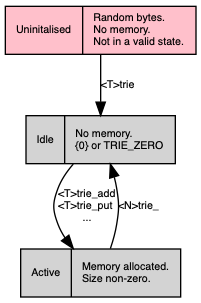
This is web/states.png from neil-edelman/boxes, a Graphviz export, as it was before one commit. Its source is kept beside it as web/states.gv.
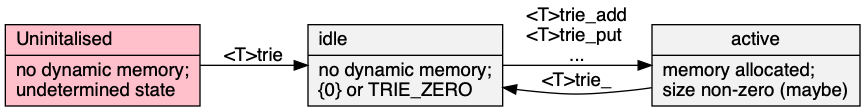
After the change.

What changed in the source:
```diff
@@ -1,14 +1,11 @@
 digraph {
-	fontname = "Bitstream Vera Sans"
-	fontsize = 8
-	node [ fontname = "Bitstream Vera Sans" fontsize = 8 shape = "record" ]
-	edge [ fontname = "Bitstream Vera Sans" fontsize = 8 ]
-
-	node [ shape=record, style=filled ];
-	null [ label = "Uninitalised|Random bytes.\lNo memory.\lNot in a valid state.\l", fillcolor = pink ];
-	static [ label = "Idle|No memory.\l\{0\} or TRIE_ZERO\l" ];
-	dynamic [ label = "Active|Memory allocated.\lSize non-zero.\l" ];
+	graph [rankdir=LR, truecolor=true, bgcolor=transparent, fontname="Bitstream Vera Sans"];
+	node [shape=record, style=filled, fillcolor="Grey95", fontname="Bitstream Vera Sans"];
+	edge [fontname="Bitstream Vera Sans"];
+	null [ label = "Uninitalised\l|no dynamic memory;\lundetermined state\l", fillcolor = pink ];
+	static [ label = "idle\l|no dynamic memory;\l\{0\} or TRIE_ZERO\l" ];
+	dynamic [ label = "active\n|memory allocated;\lsize non-zero (maybe)\l" ];
 	null -> static [ label = "<T>trie" ];
 	static -> dynamic [ label = "<T>trie_add\l<T>trie_put\l...\n" ];
-	dynamic -> static [ label = "<N>trie_" ];
+	dynamic -> static [ label = "<T>trie_" ];
 }
```
